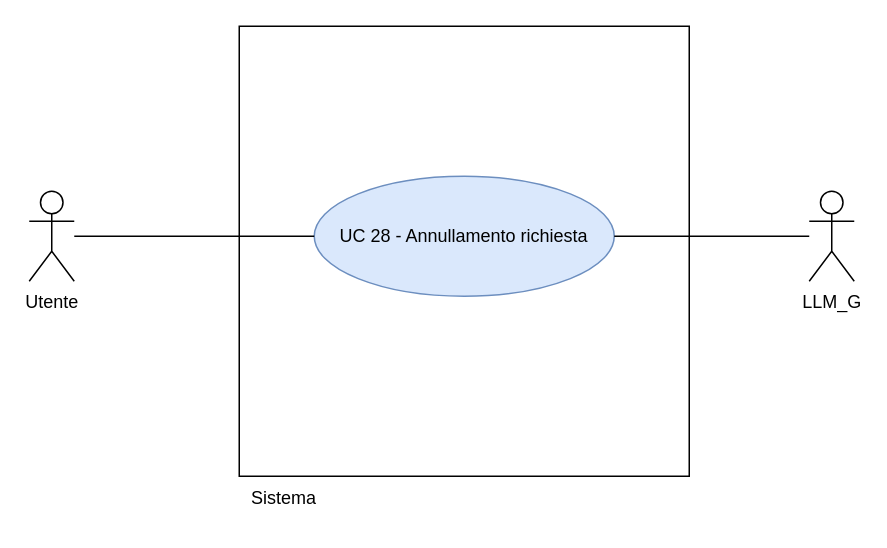
Earlier version of the draw.io diagram RTB/doc_esterna/analisi-dei-requisiti/assets/draw.io/UC28.drawio (thebitless-group-swe/thebitless.github.io). Source tidied: cells renumbered, new cells numbered last; positions are measured from the earlier drawing's top-left corner, leaving out a move shared by most shapes. Both pictures are drawn from the tidied source at 150%, with x=0, y=0 at pixel (28, 26).
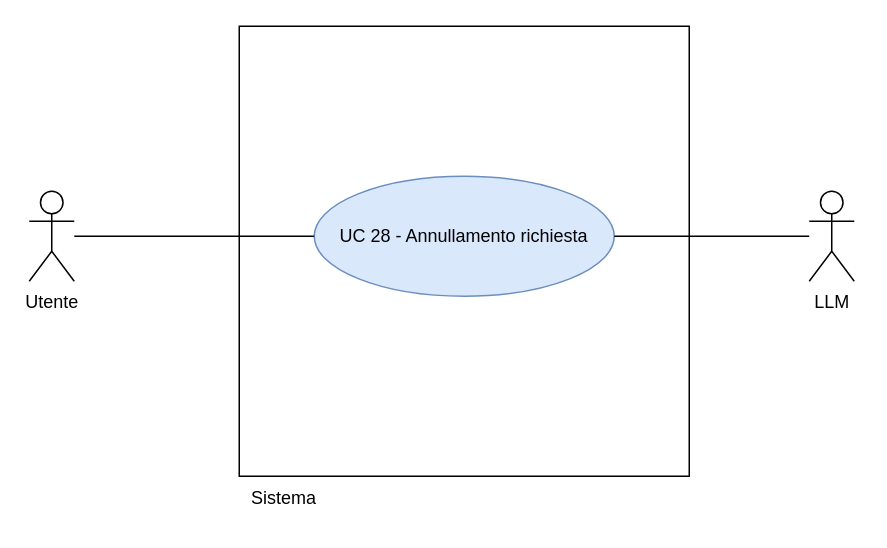
The same diagram, later.

Diff of the diagram source:
```diff
@@
 <mxGraphModel>
   <root>
     <mxCell id="0" />
     <mxCell id="1" parent="0" />
     <mxCell id="2" style="whiteSpace=wrap;html=1;" parent="1" vertex="1">
       <mxGeometry x="140" width="300" height="300" as="geometry" />
     </mxCell>
     <mxCell id="3" value="Sistema" style="text;html=1;whiteSpace=wrap;strokeColor=none;fillColor=none;align=center;verticalAlign=middle;rounded=0;" parent="1" vertex="1">
       <mxGeometry x="140" y="300" width="60" height="30" as="geometry" />
     </mxCell>
     <mxCell id="4" value="Utente" style="shape=umlActor;verticalLabelPosition=bottom;verticalAlign=top;html=1;outlineConnect=0;" parent="1" vertex="1">
       <mxGeometry y="110" width="30" height="60" as="geometry" />
     </mxCell>
-    <mxCell id="5" value="LLM_G" style="shape=umlActor;verticalLabelPosition=bottom;verticalAlign=top;html=1;outlineConnect=0;" parent="1" vertex="1">
+    <mxCell id="5" value="LLM" style="shape=umlActor;verticalLabelPosition=bottom;verticalAlign=top;html=1;outlineConnect=0;" parent="1" vertex="1">
       <mxGeometry x="520" y="110" width="30" height="60" as="geometry" />
     </mxCell>
     <mxCell id="6" value="UC 28 - Annullamento richiesta" style="ellipse;whiteSpace=wrap;html=1;fillColor=#dae8fc;strokeColor=#6c8ebf;" parent="1" vertex="1">
       <mxGeometry x="190" y="100" width="200" height="80" as="geometry" />
     </mxCell>
     <mxCell id="7" style="edgeStyle=none;rounded=0;jettySize=auto;html=1;endArrow=none;endFill=0;" parent="1" edge="1" source="4" target="6">
       <mxGeometry relative="1" as="geometry" />
     </mxCell>
     <mxCell id="8" style="edgeStyle=none;rounded=0;jettySize=auto;html=1;endArrow=none;endFill=0;" parent="1" edge="1" source="5" target="6">
       <mxGeometry relative="1" as="geometry" />
     </mxCell>
   </root>
 </mxGraphModel>
```
